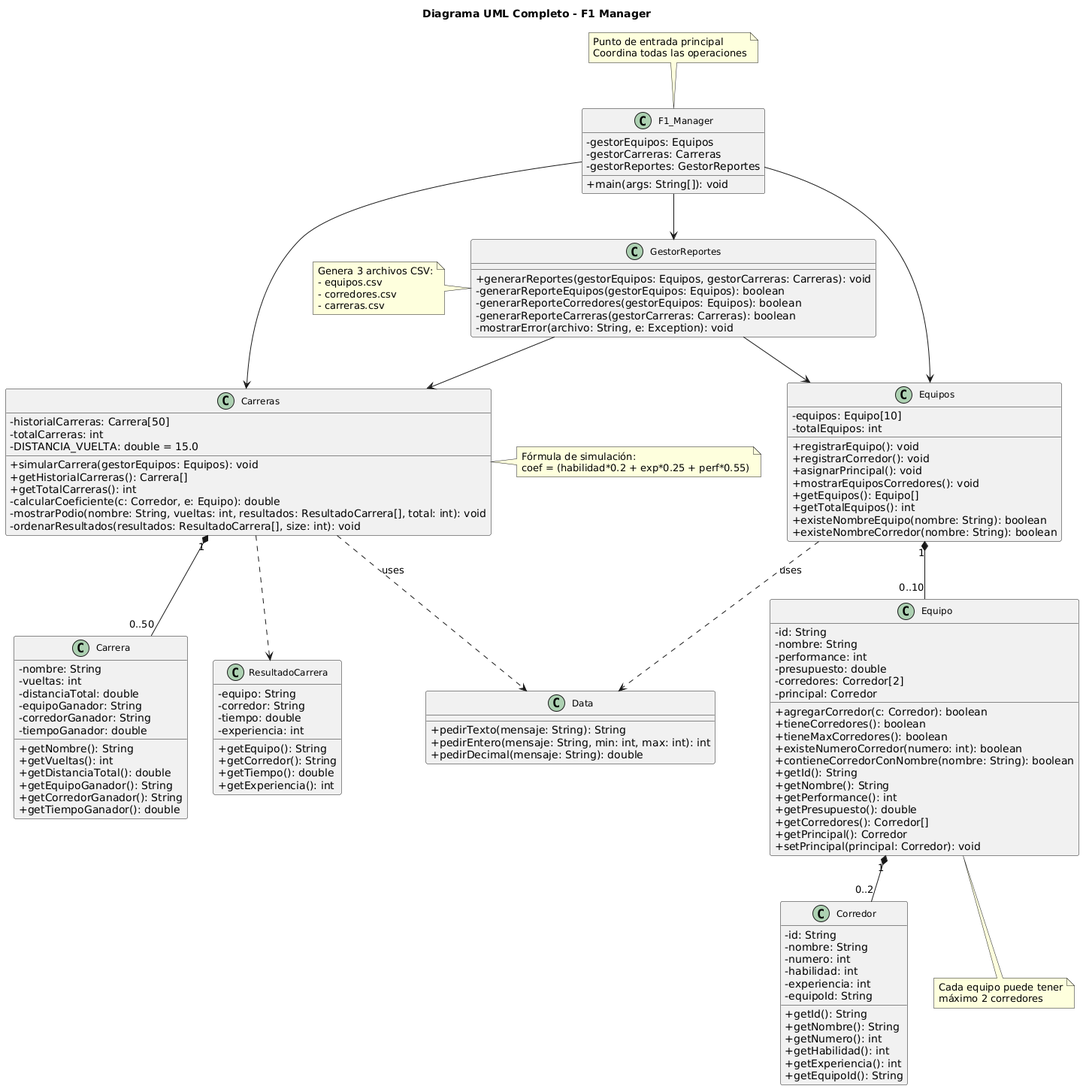
Above: Diagrama F1_Manager.png in Esteban1209/F1_Manager (PlantUML), before the change.
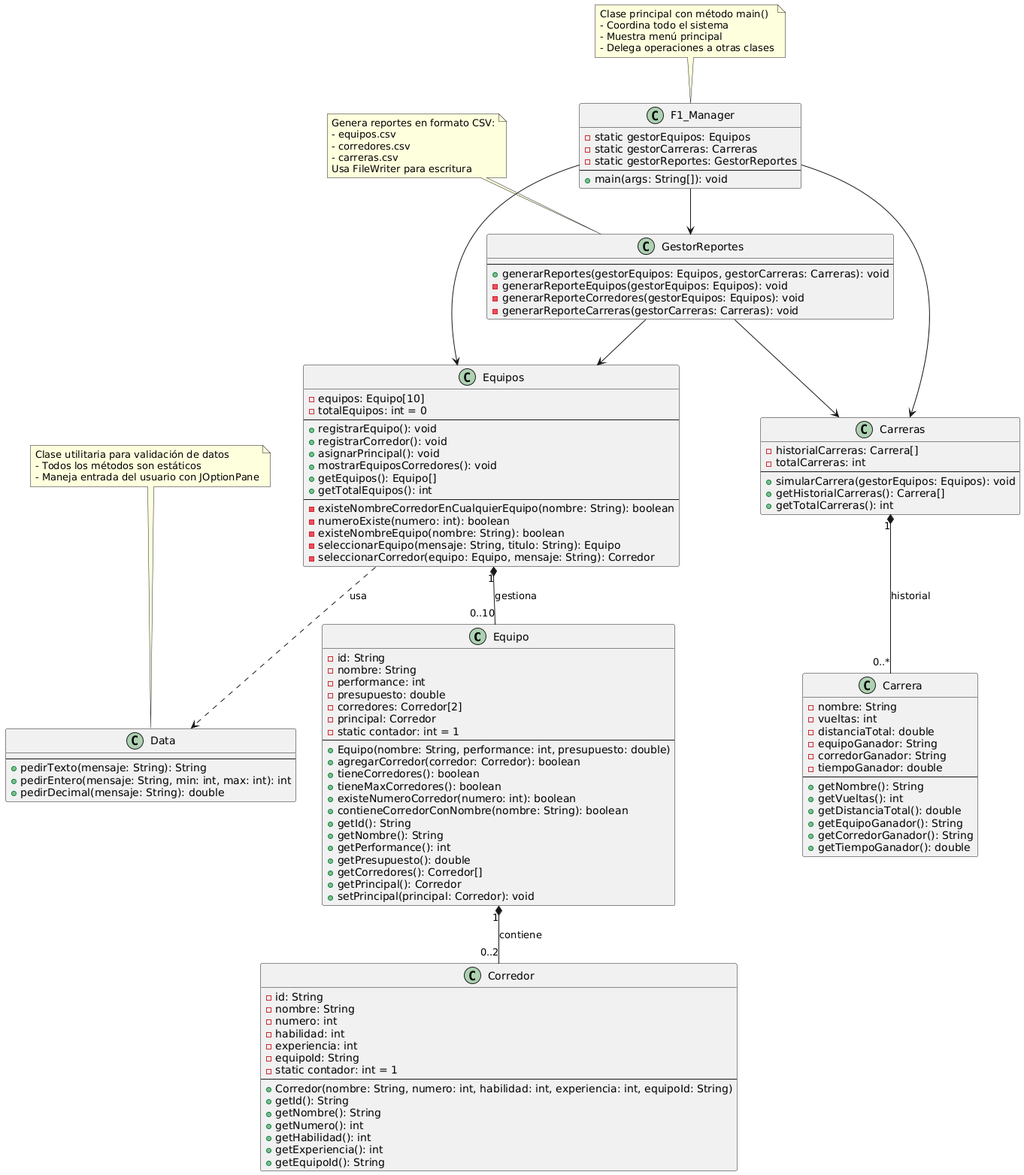
The same diagram one commit later.

What changed in the source:
```diff
@@ -1,29 +1,4 @@
 @startuml
-skinparam classAttributeIconSize 0
-skinparam defaultFontName Arial
-skinparam classFontSize 12
-title Diagrama UML Completo - F1 Manager
-
-class F1_Manager {
-  - gestorEquipos: Equipos
-  - gestorCarreras: Carreras
-  - gestorReportes: GestorReportes
-  + main(args: String[]): void
-}
-
-class Equipos {
-  - equipos: Equipo[10]
-  - totalEquipos: int
-  + registrarEquipo(): void
-  + registrarCorredor(): void
-  + asignarPrincipal(): void
-  + mostrarEquiposCorredores(): void
-  + getEquipos(): Equipo[]
-  + getTotalEquipos(): int
-  + existeNombreEquipo(nombre: String): boolean
-  + existeNombreCorredor(nombre: String): boolean
-}
-
 class Equipo {
   - id: String
   - nombre: String
@@ -31,7 +6,10 @@
   - presupuesto: double
   - corredores: Corredor[2]
   - principal: Corredor
-  + agregarCorredor(c: Corredor): boolean
+  - static contador: int = 1
+  --
+  + Equipo(nombre: String, performance: int, presupuesto: double)
+  + agregarCorredor(corredor: Corredor): boolean
   + tieneCorredores(): boolean
   + tieneMaxCorredores(): boolean
   + existeNumeroCorredor(numero: int): boolean
@@ -52,6 +30,9 @@
   - habilidad: int
   - experiencia: int
   - equipoId: String
+  - static contador: int = 1
+  --
+  + Corredor(nombre: String, numero: int, habilidad: int, experiencia: int, equipoId: String)
   + getId(): String
   + getNombre(): String
   + getNumero(): int
@@ -60,16 +41,54 @@
   + getEquipoId(): String
 }
 
+class Data {
+  --
+  + pedirTexto(mensaje: String): String
+  + pedirEntero(mensaje: String, min: int, max: int): int
+  + pedirDecimal(mensaje: String): double
+}
+
+class Equipos {
+  - equipos: Equipo[10]
+  - totalEquipos: int = 0
+  --
+  + registrarEquipo(): void
+  + registrarCorredor(): void
+  + asignarPrincipal(): void
+  + mostrarEquiposCorredores(): void
+  + getEquipos(): Equipo[]
+  + getTotalEquipos(): int
+  --
+  - existeNombreCorredorEnCualquierEquipo(nombre: String): boolean
+  - numeroExiste(numero: int): boolean
+  - existeNombreEquipo(nombre: String): boolean
+  - seleccionarEquipo(mensaje: String, titulo: String): Equipo
+  - seleccionarCorredor(equipo: Equipo, mensaje: String): Corredor
+}
+
+class F1_Manager {
+  - static gestorEquipos: Equipos
+  - static gestorCarreras: Carreras
+  - static gestorReportes: GestorReportes
+  --
+  + main(args: String[]): void
+}
+
+class GestorReportes {
+  --
+  + generarReportes(gestorEquipos: Equipos, gestorCarreras: Carreras): void
+  - generarReporteEquipos(gestorEquipos: Equipos): void
+  - generarReporteCorredores(gestorEquipos: Equipos): void
+  - generarReporteCarreras(gestorCarreras: Carreras): void
+}
+
 class Carreras {
-  - historialCarreras: Carrera[50]
+  - historialCarreras: Carrera[]
   - totalCarreras: int
-  - DISTANCIA_VUELTA: double = 15.0
+  --
   + simularCarrera(gestorEquipos: Equipos): void
   + getHistorialCarreras(): Carrera[]
   + getTotalCarreras(): int
-  - calcularCoeficiente(c: Corredor, e: Equipo): double
-  - mostrarPodio(nombre: String, vueltas: int, resultados: ResultadoCarrera[], total: int): void
-  - ordenarResultados(resultados: ResultadoCarrera[], size: int): void
 }
 
 class Carrera {
@@ -79,6 +98,7 @@
   - equipoGanador: String
   - corredorGanador: String
   - tiempoGanador: double
+  --
   + getNombre(): String
   + getVueltas(): int
   + getDistanciaTotal(): double
@@ -87,47 +107,39 @@
   + getTiempoGanador(): double
 }
 
-class ResultadoCarrera {
-  - equipo: String
-  - corredor: String
-  - tiempo: double
-  - experiencia: int
-  + getEquipo(): String
-  + getCorredor(): String
-  + getTiempo(): double
-  + getExperiencia(): int
-}
+Equipo "1" *-- "0..2" Corredor : contiene
 
-class GestorReportes {
-  + generarReportes(gestorEquipos: Equipos, gestorCarreras: Carreras): void
-  - generarReporteEquipos(gestorEquipos: Equipos): boolean
-  - generarReporteCorredores(gestorEquipos: Equipos): boolean
-  - generarReporteCarreras(gestorCarreras: Carreras): boolean
-  - mostrarError(archivo: String, e: Exception): void
-}
-
-class Data {
-  + pedirTexto(mensaje: String): String
-  + pedirEntero(mensaje: String, min: int, max: int): int
-  + pedirDecimal(mensaje: String): double
-}
+Equipos "1" *-- "0..10" Equipo : gestiona
 
 F1_Manager --> Equipos
 F1_Manager --> Carreras
 F1_Manager --> GestorReportes
 
-Equipos "1" *-- "0..10" Equipo
-Equipo "1" *-- "0..2" Corredor
-Carreras "1" *-- "0..50" Carrera
-Carreras ..> ResultadoCarrera
-
-Equipos ..> Data : «uses»
-Carreras ..> Data : «uses»
 GestorReportes --> Equipos
 GestorReportes --> Carreras
 
-note top of F1_Manager: Punto de entrada principal\nCoordina todas las operaciones
-note bottom of Equipo: Cada equipo puede tener\nmáximo 2 corredores
-note right of Carreras: Fórmula de simulación:\ncoef = (habilidad*0.2 + exp*0.25 + perf*0.55)
-note left of GestorReportes: Genera 3 archivos CSV:\n- equipos.csv\n- corredores.csv\n- carreras.csv
+Equipos ..> Data : usa
+
+Carreras "1" *-- "0..*" Carrera : historial
+
+note top of Data
+  Clase utilitaria para validación de datos
+  - Todos los métodos son estáticos
+  - Maneja entrada del usuario con JOptionPane
+end note
+
+note top of F1_Manager
+  Clase principal con método main()
+  - Coordina todo el sistema
+  - Muestra menú principal
+  - Delega operaciones a otras clases
+end note
+
+note top of GestorReportes
+  Genera reportes en formato CSV:
+  - equipos.csv
+  - corredores.csv
+  - carreras.csv
+  Usa FileWriter para escritura
+end note
 @enduml
```
